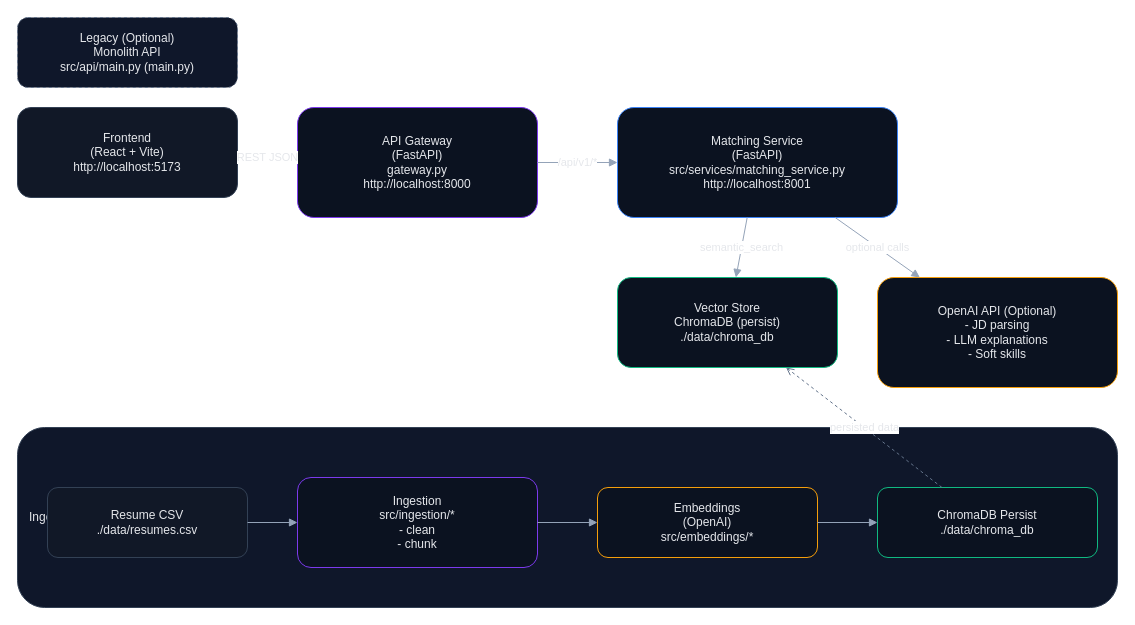
RahulNambi05/Capstone-Project keeps this draw.io diagram as docs/architecture.drawio. Above is the earlier version. Source tidied: cells renumbered, new cells numbered last; positions are measured from the earlier drawing's top-left corner, leaving out a move shared by most shapes. Both pictures are drawn from the tidied source at 100%, with x=0, y=0 at pixel (17, 17).
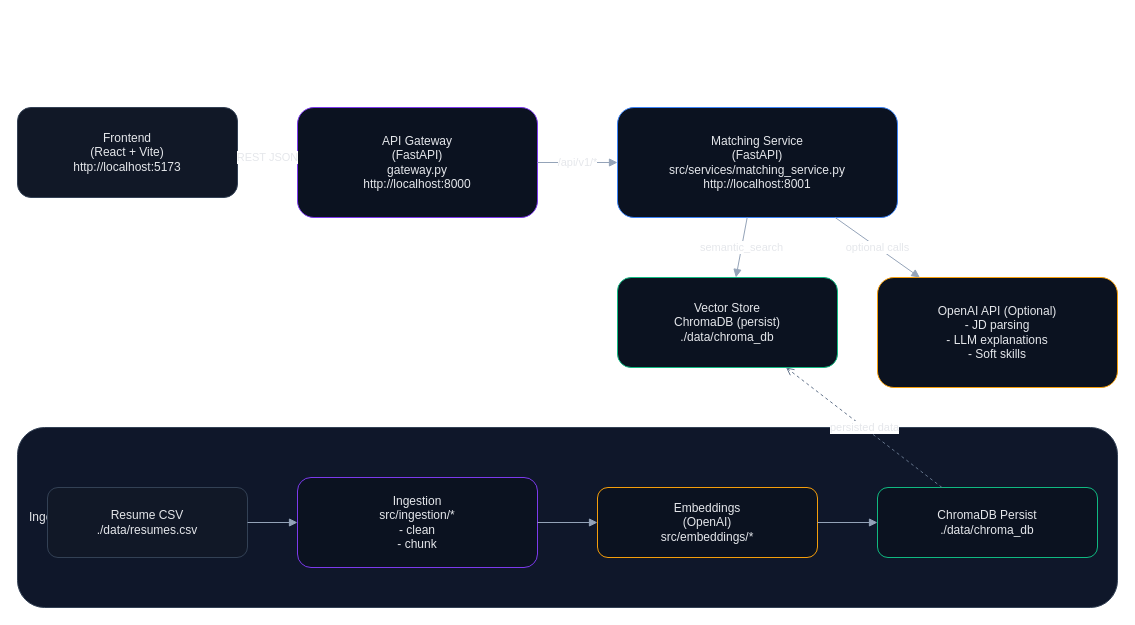
Above is the later version.

Change to the diagram source:
```diff
@@
-    <mxCell id="12" value="Legacy (Optional)&#10;Monolith API&#10;src/api/main.py (main.py)" style="rounded=1;whiteSpace=wrap;html=1;fillColor=#0F172A;strokeColor=#64748B;dashed=1;fontColor=#E5E7EB;" parent="1" vertex="1">
-      <mxGeometry width="220" height="70" as="geometry" />
-    </mxCell>
```
